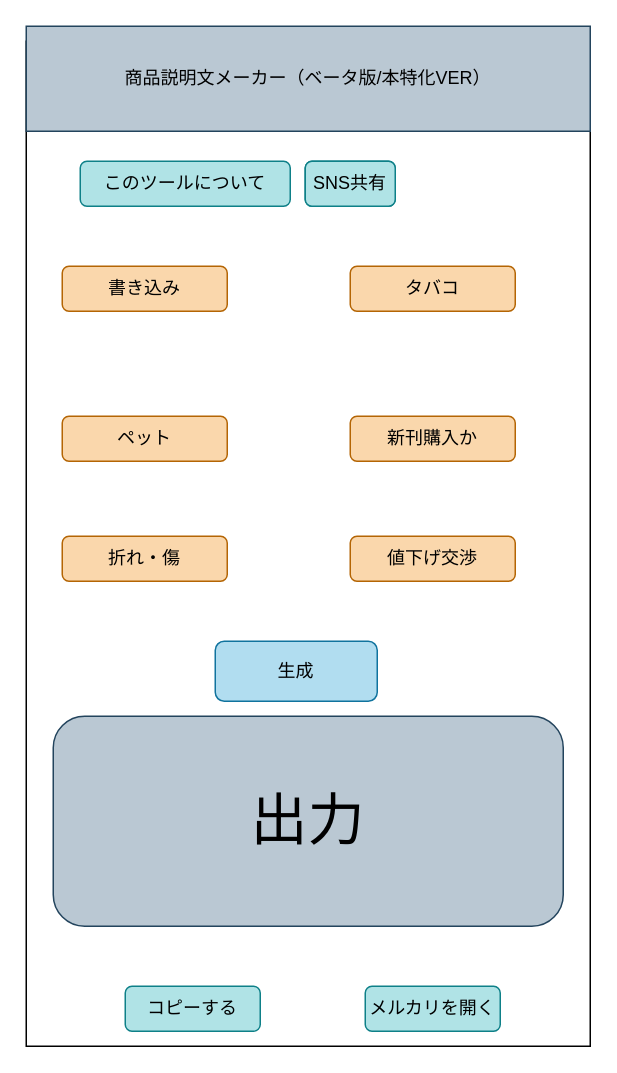
This is mockup.dio from cota-eng/mertool, a draw.io file, before an edit. Source tidied: cells renumbered, new cells numbered last; positions are measured from the earlier drawing's top-left corner, leaving out a move shared by most shapes. Both pictures are drawn from the tidied source at 150%, with x=0, y=0 at pixel (26, 26).
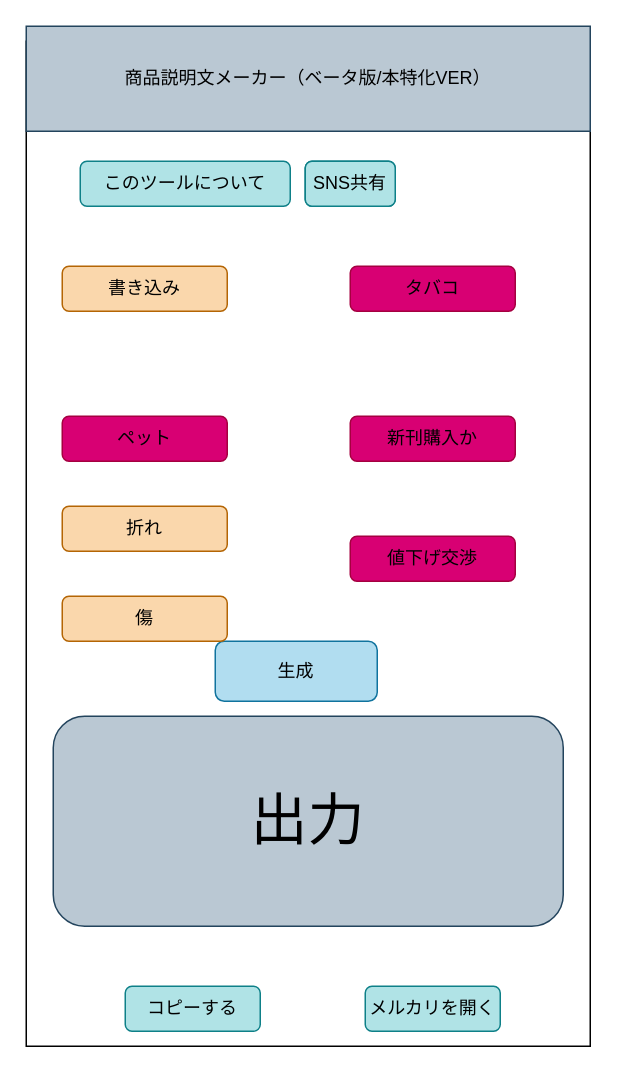
After the change.

Diff of the diagram source:
```diff
@@
 <mxGraphModel>
   <root>
     <mxCell id="0" />
     <mxCell id="1" parent="0" />
     <mxCell id="2" style="rounded=0;whiteSpace=wrap;html=1;fillColor=#FFFFFF;" parent="1" vertex="1">
       <mxGeometry y="10" width="376" height="670" as="geometry" />
     </mxCell>
     <mxCell id="3" value="&lt;font color=&quot;#000000&quot;&gt;商品説明文メーカー（ベータ版/本特化VER）&lt;/font&gt;" style="rounded=0;whiteSpace=wrap;html=1;fillColor=#bac8d3;strokeColor=#23445d;" parent="1" vertex="1">
       <mxGeometry width="376" height="70" as="geometry" />
     </mxCell>
-    <mxCell id="4" value="&lt;font color=&quot;#000000&quot;&gt;値下げ交渉&lt;/font&gt;" style="rounded=1;whiteSpace=wrap;html=1;fillColor=#fad7ac;strokeColor=#b46504;" parent="1" vertex="1">
+    <mxCell id="4" value="&lt;font color=&quot;#000000&quot;&gt;値下げ交渉&lt;/font&gt;" style="rounded=1;whiteSpace=wrap;html=1;fillColor=#d80073;strokeColor=#A50040;fontColor=#ffffff;" parent="1" vertex="1">
       <mxGeometry x="216" y="340" width="110" height="30" as="geometry" />
     </mxCell>
-    <mxCell id="5" value="&lt;font color=&quot;#000000&quot;&gt;タバコ&lt;/font&gt;" style="rounded=1;whiteSpace=wrap;html=1;fillColor=#fad7ac;strokeColor=#b46504;" parent="1" vertex="1">
+    <mxCell id="5" value="&lt;font color=&quot;#000000&quot;&gt;タバコ&lt;/font&gt;" style="rounded=1;whiteSpace=wrap;html=1;fillColor=#d80073;strokeColor=#A50040;fontColor=#ffffff;" parent="1" vertex="1">
       <mxGeometry x="216" y="160" width="110" height="30" as="geometry" />
     </mxCell>
-    <mxCell id="6" value="&lt;font color=&quot;#000000&quot;&gt;ペット&lt;/font&gt;" style="rounded=1;whiteSpace=wrap;html=1;fillColor=#fad7ac;strokeColor=#b46504;" parent="1" vertex="1">
+    <mxCell id="6" value="&lt;font color=&quot;#000000&quot;&gt;ペット&lt;/font&gt;" style="rounded=1;whiteSpace=wrap;html=1;fillColor=#d80073;strokeColor=#A50040;fontColor=#ffffff;" parent="1" vertex="1">
       <mxGeometry x="24" y="260" width="110" height="30" as="geometry" />
     </mxCell>
-    <mxCell id="7" value="&lt;font color=&quot;#000000&quot;&gt;新刊購入か&lt;/font&gt;" style="rounded=1;whiteSpace=wrap;html=1;fillColor=#fad7ac;strokeColor=#b46504;" parent="1" vertex="1">
+    <mxCell id="7" value="&lt;font color=&quot;#000000&quot;&gt;新刊購入か&lt;/font&gt;" style="rounded=1;whiteSpace=wrap;html=1;fillColor=#d80073;strokeColor=#A50040;fontColor=#ffffff;" parent="1" vertex="1">
       <mxGeometry x="216" y="260" width="110" height="30" as="geometry" />
     </mxCell>
     <mxCell id="8" value="&lt;font color=&quot;#000000&quot;&gt;生成&lt;/font&gt;" style="rounded=1;whiteSpace=wrap;html=1;fillColor=#b1ddf0;strokeColor=#10739e;" parent="1" vertex="1">
       <mxGeometry x="126" y="410" width="108" height="40" as="geometry" />
     </mxCell>
     <mxCell id="9" value="&lt;font color=&quot;#000000&quot;&gt;このツールについて&lt;/font&gt;" style="rounded=1;whiteSpace=wrap;html=1;fillColor=#b0e3e6;strokeColor=#0e8088;" parent="1" vertex="1">
       <mxGeometry x="36" y="90" width="140" height="30" as="geometry" />
     </mxCell>
     <mxCell id="10" value="&lt;font style=&quot;font-size: 38px&quot;&gt;出力&lt;/font&gt;" style="rounded=1;whiteSpace=wrap;html=1;fillColor=#bac8d3;strokeColor=#23445d;" parent="1" vertex="1">
       <mxGeometry x="18" y="460" width="340" height="140" as="geometry" />
     </mxCell>
     <mxCell id="11" value="&lt;font color=&quot;#000000&quot;&gt;SNS共有&lt;/font&gt;" style="rounded=1;whiteSpace=wrap;html=1;fillColor=#b0e3e6;strokeColor=#0e8088;" parent="1" vertex="1">
       <mxGeometry x="186" y="90" width="60" height="30" as="geometry" />
     </mxCell>
     <mxCell id="12" value="&lt;font color=&quot;#000000&quot;&gt;SNS共有&lt;/font&gt;" style="rounded=1;whiteSpace=wrap;html=1;fillColor=#b0e3e6;strokeColor=#0e8088;" parent="1" vertex="1">
       <mxGeometry x="186" y="90" width="60" height="30" as="geometry" />
     </mxCell>
     <mxCell id="13" value="&lt;font color=&quot;#000000&quot;&gt;コピーする&lt;/font&gt;" style="rounded=1;whiteSpace=wrap;html=1;fillColor=#b0e3e6;strokeColor=#0e8088;" parent="1" vertex="1">
       <mxGeometry x="66" y="640" width="90" height="30" as="geometry" />
     </mxCell>
     <mxCell id="14" value="&lt;font color=&quot;#000000&quot;&gt;メルカリを開く&lt;/font&gt;" style="rounded=1;whiteSpace=wrap;html=1;fillColor=#b0e3e6;strokeColor=#0e8088;" parent="1" vertex="1">
       <mxGeometry x="226" y="640" width="90" height="30" as="geometry" />
     </mxCell>
     <mxCell id="15" value="&lt;font color=&quot;#000000&quot;&gt;書き込み&lt;/font&gt;" style="rounded=1;whiteSpace=wrap;html=1;fillColor=#fad7ac;strokeColor=#b46504;" parent="1" vertex="1">
       <mxGeometry x="24" y="160" width="110" height="30" as="geometry" />
     </mxCell>
-    <mxCell id="16" value="&lt;font color=&quot;#000000&quot;&gt;折れ・傷&lt;/font&gt;" style="rounded=1;whiteSpace=wrap;html=1;fillColor=#fad7ac;strokeColor=#b46504;" parent="1" vertex="1">
-      <mxGeometry x="24" y="340" width="110" height="30" as="geometry" />
+    <mxCell id="16" value="&lt;font color=&quot;#000000&quot;&gt;折れ&lt;/font&gt;" style="rounded=1;whiteSpace=wrap;html=1;fillColor=#fad7ac;strokeColor=#b46504;" parent="1" vertex="1">
+      <mxGeometry x="24" y="320" width="110" height="30" as="geometry" />
     </mxCell>
+    <mxCell id="17" value="&lt;font color=&quot;#000000&quot;&gt;傷&lt;/font&gt;" style="rounded=1;whiteSpace=wrap;html=1;fillColor=#fad7ac;strokeColor=#b46504;" parent="1" vertex="1">
+      <mxGeometry x="24" y="380" width="110" height="30" as="geometry" />
+    </mxCell>
   </root>
 </mxGraphModel>
```
